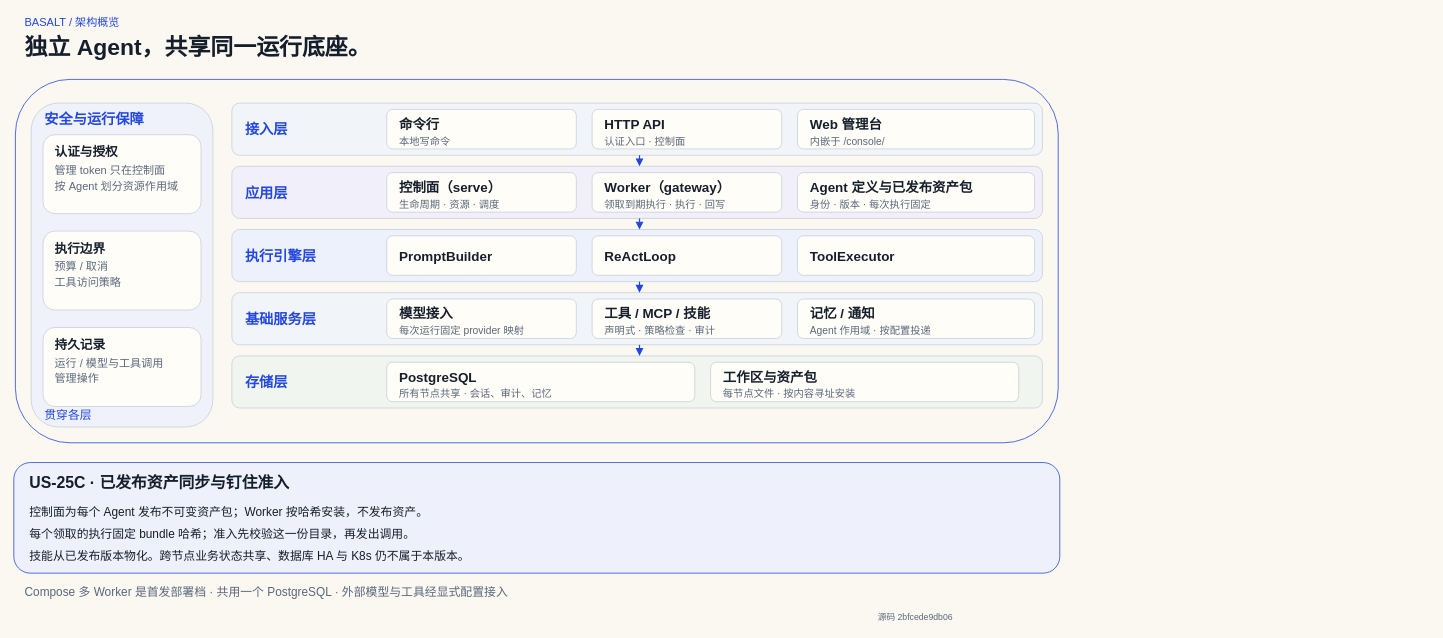
ymedword/basalt keeps this draw.io diagram as page "system-architecture-zh" (4 of 12) of website/diagrams/basalt-diagrams.drawio. Above is the earlier version. Source tidied: cells renumbered, new cells numbered last; positions are measured from the earlier drawing's top-left corner, leaving out a move shared by most shapes. Both pictures are drawn from the tidied source at 79%, with x=0, y=0 at pixel (13, 13).
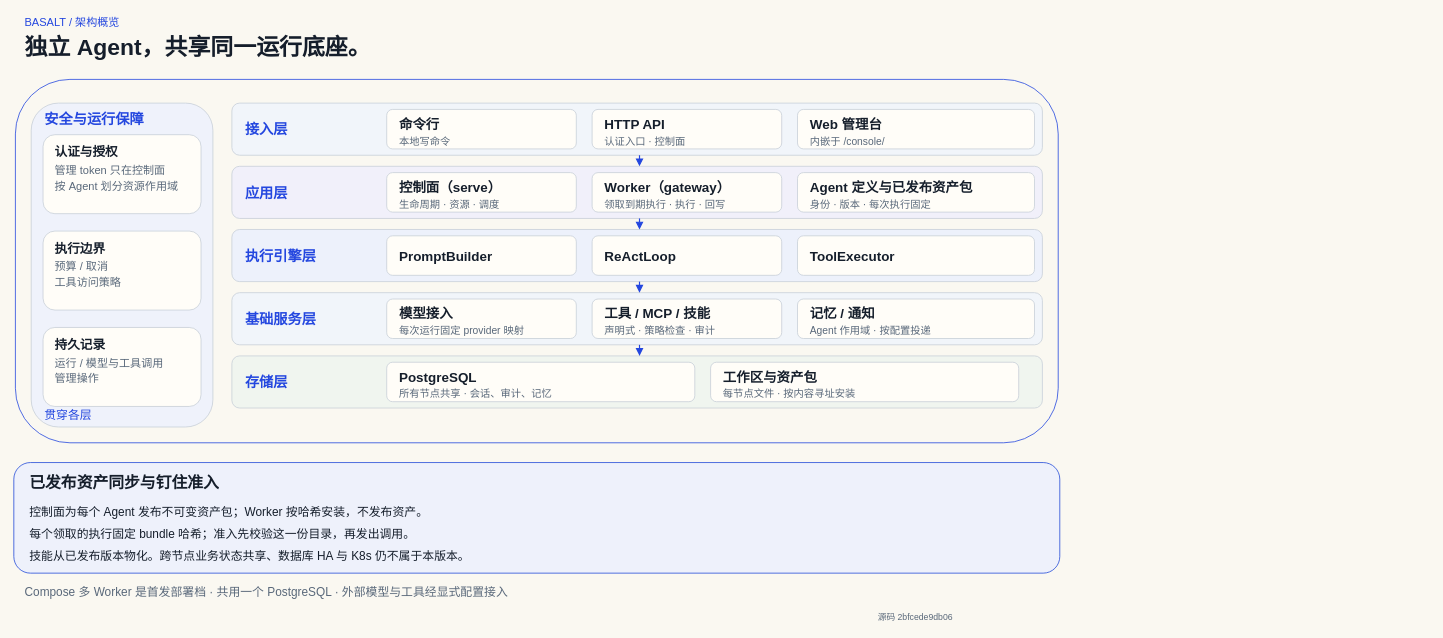
After the change.

The edit, as a diff of the source:
```diff
@@
-    <mxCell id="74" value="US-25C · 已发布资产同步与钉住准入" style="text;html=0;whiteSpace=wrap;align=left;verticalAlign=middle;fontFamily=Arial;fontSize=20;fontColor=#151e2b;fontStyle=1;" parent="1" vertex="1">
+    <mxCell id="74" value="已发布资产同步与钉住准入" style="text;html=0;whiteSpace=wrap;align=left;verticalAlign=middle;fontFamily=Arial;fontSize=20;fontColor=#151e2b;fontStyle=1;" parent="1" vertex="1">
       <mxGeometry x="18" y="579" width="700" height="28" as="geometry" />
     </mxCell>
```
